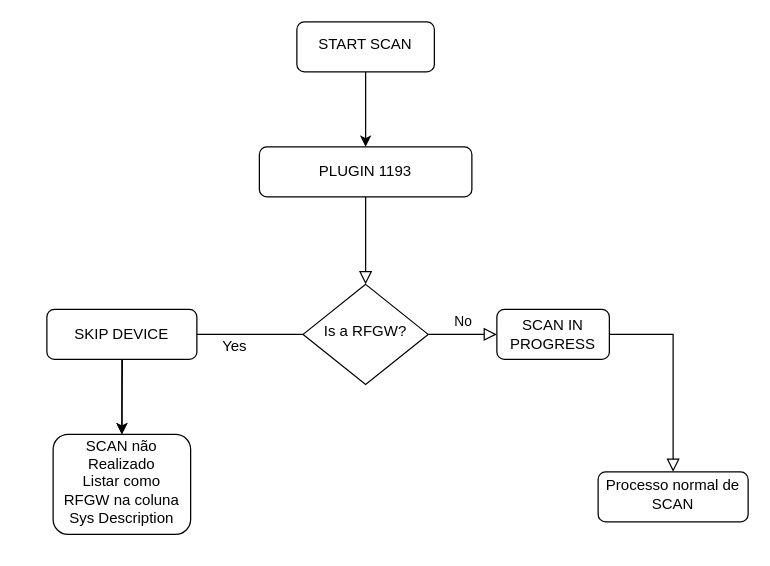
This is fluxogramaSCAN_RFGW.drawio from eloyx3x/Diagramas, a draw.io file, before an edit. Source tidied: cells renumbered, new cells numbered last; positions are measured from the earlier drawing's top-left corner, leaving out a move shared by most shapes. Both pictures are drawn from the tidied source at 125%, with x=0, y=0 at pixel (46, 21).
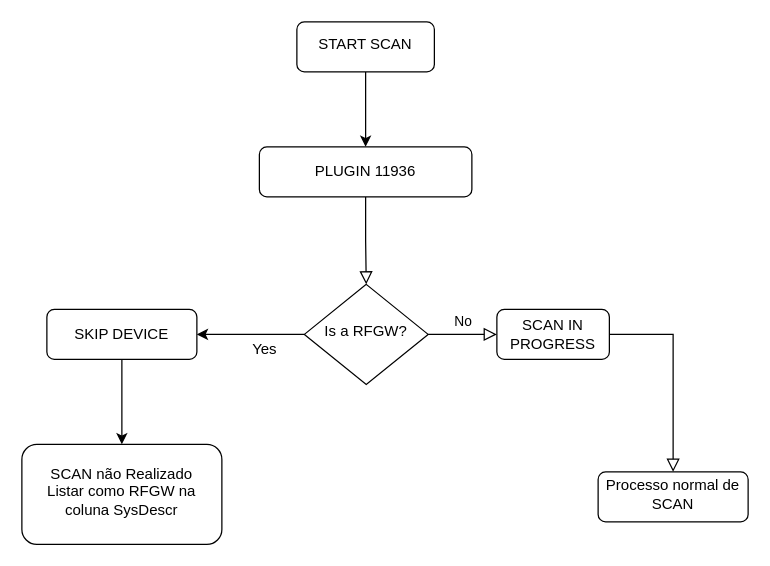
Above is the later version.

What changed in the source:
```diff
@@
 <mxGraphModel>
   <root>
     <mxCell id="0" />
     <mxCell id="1" parent="0" />
     <mxCell id="2" style="rounded=0;html=1;jettySize=auto;fontSize=11;endArrow=block;endFill=0;endSize=8;strokeWidth=1;shadow=0;labelBackgroundColor=none;edgeStyle=orthogonalEdgeStyle;" parent="1" edge="1" source="3" target="5">
       <mxGeometry relative="1" as="geometry" />
     </mxCell>
-    <mxCell id="3" value="PLUGIN 1193" style="rounded=1;whiteSpace=wrap;html=1;fontSize=12;glass=0;strokeWidth=1;shadow=0;" parent="1" vertex="1">
+    <mxCell id="3" value="PLUGIN 11936" style="rounded=1;whiteSpace=wrap;html=1;fontSize=12;glass=0;strokeWidth=1;shadow=0;" parent="1" vertex="1">
       <mxGeometry x="170" y="100" width="170" height="40" as="geometry" />
     </mxCell>
-    <mxCell id="4" style="edgeStyle=orthogonalEdgeStyle;rounded=0;jettySize=auto;html=1;" parent="1" edge="1" source="5">
-      <mxGeometry relative="1" as="geometry">
-        <mxPoint x="60" y="330" as="targetPoint" />
-      </mxGeometry>
-    </mxCell>
+    <mxCell id="16" style="edgeStyle=orthogonalEdgeStyle;rounded=0;jettySize=auto;html=1;" parent="1" edge="1" source="5" target="7">
+      <mxGeometry relative="1" as="geometry" />
+    </mxCell>
     <mxCell id="5" value="Is a RFGW?" style="rhombus;whiteSpace=wrap;html=1;shadow=0;fontFamily=Helvetica;fontSize=12;align=center;strokeWidth=1;spacing=6;spacingTop=-4;" parent="1" vertex="1">
-      <mxGeometry x="205" y="210" width="100" height="80" as="geometry" />
+      <mxGeometry x="206" y="210" width="99" height="80" as="geometry" />
     </mxCell>
-    <mxCell id="6" style="edgeStyle=orthogonalEdgeStyle;rounded=0;jettySize=auto;html=1;" parent="1" edge="1" source="7">
-      <mxGeometry relative="1" as="geometry">
-        <mxPoint x="60" y="330" as="targetPoint" />
-      </mxGeometry>
+    <mxCell id="6" style="edgeStyle=orthogonalEdgeStyle;rounded=0;jettySize=auto;html=1;entryX=0.5;entryY=0;entryDx=0;entryDy=0;" parent="1" edge="1" source="7" target="10">
+      <mxGeometry relative="1" as="geometry" />
     </mxCell>
     <mxCell id="7" value="SKIP DEVICE" style="rounded=1;whiteSpace=wrap;html=1;fontSize=12;glass=0;strokeWidth=1;shadow=0;" parent="1" vertex="1">
       <mxGeometry y="230" width="120" height="40" as="geometry" />
     </mxCell>
     <mxCell id="8" value="SCAN IN PROGRESS" style="rounded=1;whiteSpace=wrap;html=1;fontSize=12;glass=0;strokeWidth=1;shadow=0;" parent="1" vertex="1">
       <mxGeometry x="360" y="230" width="90" height="40" as="geometry" />
     </mxCell>
     <mxCell id="9" value="No" style="edgeStyle=orthogonalEdgeStyle;rounded=0;html=1;jettySize=auto;fontSize=11;endArrow=block;endFill=0;endSize=8;strokeWidth=1;shadow=0;labelBackgroundColor=none;exitX=1;exitY=0.5;exitDx=0;exitDy=0;" parent="1" edge="1" source="5" target="8">
       <mxGeometry y="10" relative="1" as="geometry" />
     </mxCell>
-    <mxCell id="10" value="&lt;div&gt;SCAN não Realizado&lt;/div&gt;&lt;div&gt;Listar como RFGW na coluna Sys Description&lt;br&gt;&lt;/div&gt;" style="rounded=1;whiteSpace=wrap;html=1;shadow=0;strokeWidth=1;spacing=6;spacingTop=-4;" parent="1" vertex="1">
-      <mxGeometry x="5" y="330" width="110" height="80" as="geometry" />
+    <mxCell id="10" value="&lt;div&gt;SCAN não Realizado&lt;/div&gt;&lt;div&gt;Listar como RFGW na coluna SysDescr&lt;br&gt;&lt;/div&gt;" style="rounded=1;whiteSpace=wrap;html=1;shadow=0;strokeWidth=1;spacing=6;spacingTop=-4;" parent="1" vertex="1">
+      <mxGeometry x="-20" y="338" width="160" height="80" as="geometry" />
     </mxCell>
     <mxCell id="11" value="Yes" style="text;html=1;align=center;verticalAlign=middle;strokeColor=none;fillColor=none;" parent="1" vertex="1">
-      <mxGeometry x="130" y="245" width="40" height="30" as="geometry" />
+      <mxGeometry x="154" y="247" width="40" height="30" as="geometry" />
     </mxCell>
     <mxCell id="12" style="edgeStyle=orthogonalEdgeStyle;rounded=0;html=1;jettySize=auto;fontSize=11;endArrow=block;endFill=0;endSize=8;strokeWidth=1;shadow=0;labelBackgroundColor=none;entryX=0.5;entryY=0;entryDx=0;entryDy=0;exitX=1;exitY=0.5;exitDx=0;exitDy=0;" parent="1" edge="1" source="8" target="13">
       <mxGeometry y="10" relative="1" as="geometry" />
     </mxCell>
     <mxCell id="13" value="Processo normal de SCAN" style="rounded=1;whiteSpace=wrap;html=1;shadow=0;strokeWidth=1;spacing=6;spacingTop=-4;" parent="1" vertex="1">
       <mxGeometry x="441" y="360" width="120" height="40" as="geometry" />
     </mxCell>
     <mxCell id="14" style="edgeStyle=orthogonalEdgeStyle;rounded=0;jettySize=auto;html=1;" parent="1" edge="1" source="15" target="3">
       <mxGeometry relative="1" as="geometry" />
     </mxCell>
     <mxCell id="15" value="START SCAN" style="rounded=1;whiteSpace=wrap;html=1;shadow=0;strokeWidth=1;spacing=6;spacingTop=-4;" parent="1" vertex="1">
       <mxGeometry x="200" width="110" height="40" as="geometry" />
     </mxCell>
   </root>
 </mxGraphModel>
```
